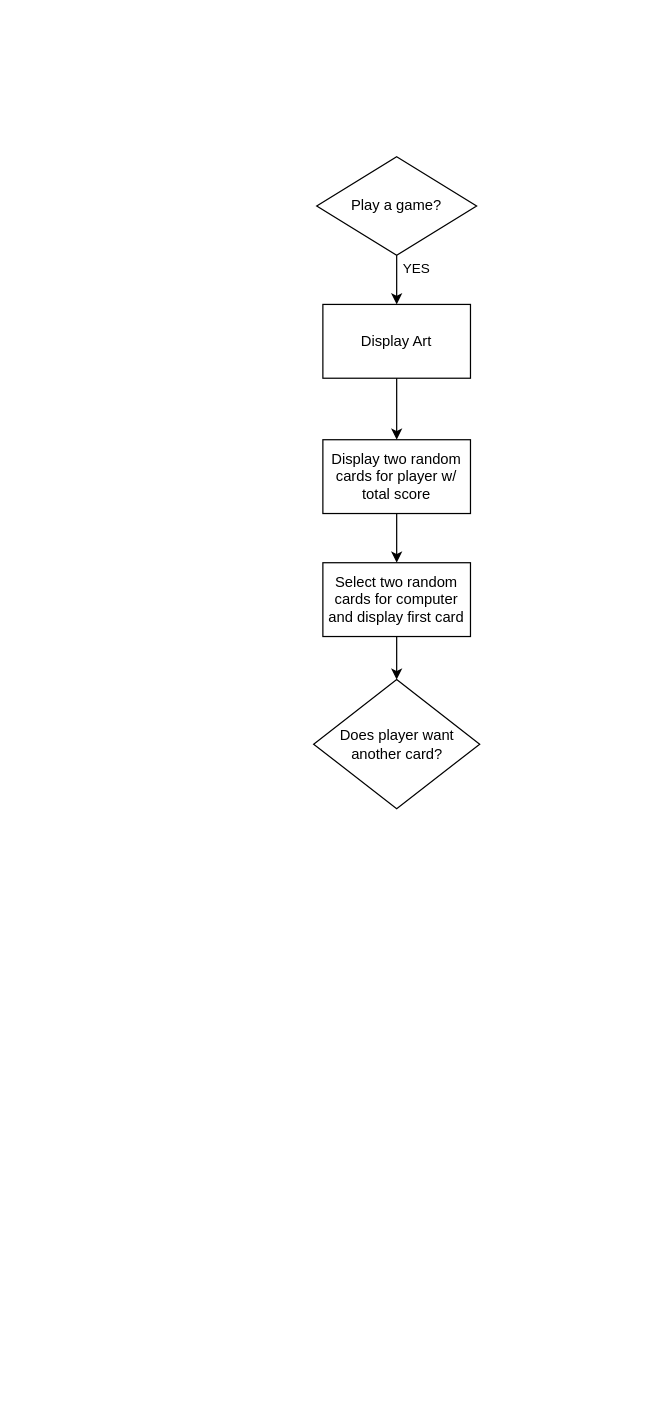
The draw.io diagram Blackjack.drawio in SteveBergGitHub/Code-Samples, before the edit. Source tidied: cells renumbered, new cells numbered last; positions are measured from the earlier drawing's top-left corner, leaving out a move shared by most shapes. Both pictures are drawn from the tidied source at 123%, with x=0, y=0 at pixel (314, 156).
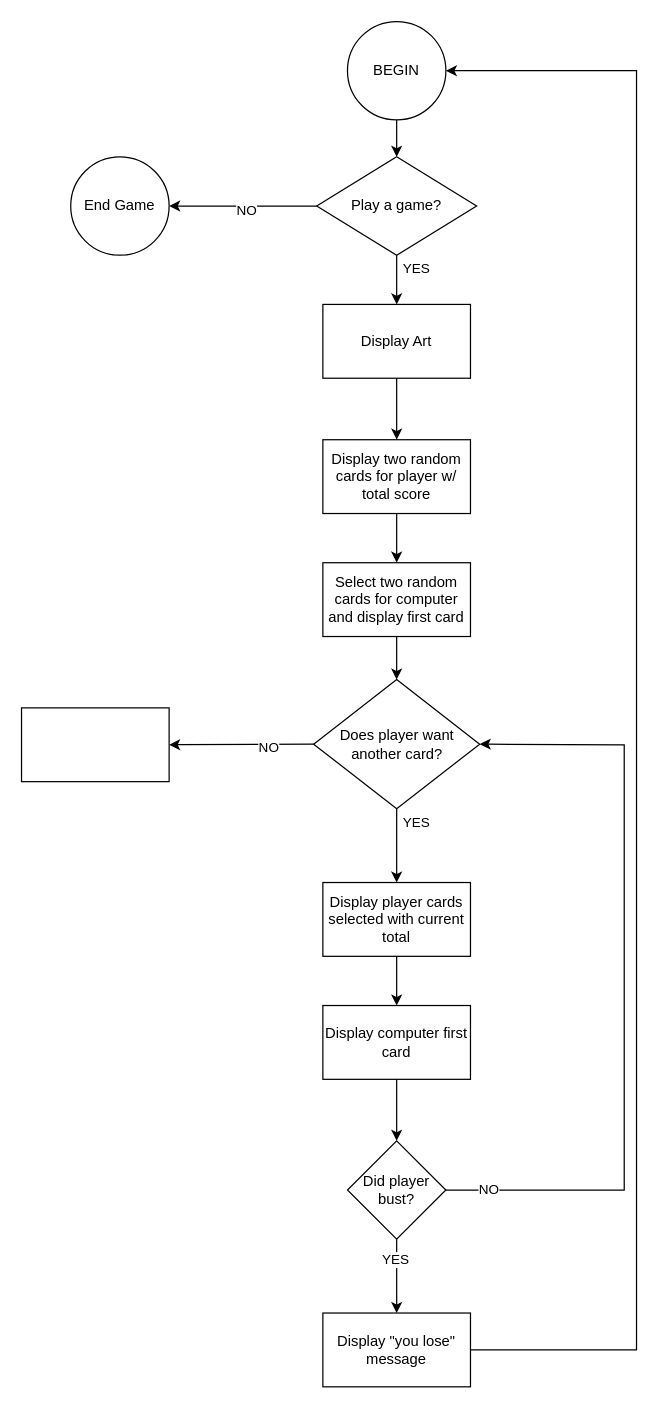
The same page after the edit.

The change refers to these unchanged cells:
```xml
<mxCell id="2" value="&lt;div&gt;Play a game?&lt;/div&gt;" style="rhombus;whiteSpace=wrap;html=1;" parent="1" vertex="1">
  <mxGeometry x="2" width="130" height="80" as="geometry" />
</mxCell>
<mxCell id="6" value="Does player want another card?" style="rhombus;whiteSpace=wrap;html=1;" parent="1" vertex="1">
  <mxGeometry x="-0.5" y="425" width="135" height="105" as="geometry" />
</mxCell>
```

Change to the diagram source:
```diff
@@
+    <mxCell id="12" style="endArrow=classic;html=1;rounded=0;exitX=0;exitY=0.5;exitDx=0;exitDy=0;entryX=1;entryY=0.5;entryDx=0;entryDy=0;" parent="1" edge="1" source="2" target="29">
+      <mxGeometry relative="1" as="geometry" />
+    </mxCell>
+    <mxCell id="13" value="NO" style="edgeLabel;html=1;align=center;verticalAlign=middle;" parent="12" vertex="1">
+      <mxGeometry x="-0.04" y="3" relative="1" as="geometry" />
+    </mxCell>
+    <mxCell id="14" value="Display player cards selected with current total" style="rounded=0;whiteSpace=wrap;html=1;" parent="1" vertex="1">
+      <mxGeometry x="7" y="590" width="120" height="60" as="geometry" />
+    </mxCell>
+    <mxCell id="15" style="endArrow=classic;html=1;rounded=0;entryX=0.5;entryY=0;entryDx=0;entryDy=0;exitX=0.5;exitY=1;exitDx=0;exitDy=0;" parent="1" edge="1" source="6" target="14">
+      <mxGeometry relative="1" as="geometry" />
+    </mxCell>
+    <mxCell id="16" value="YES" style="edgeLabel;html=1;align=center;verticalAlign=middle;" parent="15" vertex="1">
+      <mxGeometry x="-0.29" y="2" relative="1" as="geometry">
+        <mxPoint x="13" y="-11" as="offset" />
+      </mxGeometry>
+    </mxCell>
+    <mxCell id="17" value="Display computer first card" style="rounded=0;whiteSpace=wrap;html=1;" parent="1" vertex="1">
+      <mxGeometry x="7" y="690" width="120" height="60" as="geometry" />
+    </mxCell>
+    <mxCell id="18" value="Did player bust?" style="rhombus;whiteSpace=wrap;html=1;" parent="1" vertex="1">
+      <mxGeometry x="27" y="800" width="80" height="80" as="geometry" />
+    </mxCell>
+    <mxCell id="19" style="endArrow=classic;html=1;rounded=0;entryX=0.5;entryY=0;entryDx=0;entryDy=0;exitX=0.5;exitY=1;exitDx=0;exitDy=0;" parent="1" edge="1" source="14" target="17">
+      <mxGeometry relative="1" as="geometry" />
+    </mxCell>
+    <mxCell id="20" style="endArrow=classic;html=1;rounded=0;entryX=0.5;entryY=0;entryDx=0;entryDy=0;exitX=0.5;exitY=1;exitDx=0;exitDy=0;" parent="1" edge="1" source="17" target="18">
+      <mxGeometry relative="1" as="geometry" />
+    </mxCell>
+    <mxCell id="21" value="Display &quot;you lose&quot; message" style="rounded=0;whiteSpace=wrap;html=1;" parent="1" vertex="1">
+      <mxGeometry x="7" y="940" width="120" height="60" as="geometry" />
+    </mxCell>
+    <mxCell id="22" style="endArrow=classic;html=1;rounded=0;" parent="1" edge="1" source="18" target="21">
+      <mxGeometry relative="1" as="geometry" />
+    </mxCell>
+    <mxCell id="23" value="YES" style="edgeLabel;html=1;align=center;verticalAlign=middle;" parent="22" vertex="1">
+      <mxGeometry x="-0.46" y="-2" relative="1" as="geometry" />
+    </mxCell>
+    <mxCell id="24" style="endArrow=classic;html=1;rounded=0;exitX=1;exitY=0.5;exitDx=0;exitDy=0;entryX=1;entryY=0.5;entryDx=0;entryDy=0;" parent="1" edge="1" source="18" target="6">
+      <mxGeometry relative="1" as="geometry">
+        <Array as="points">
+          <mxPoint x="252" y="840" />
+          <mxPoint x="252" y="478" />
+        </Array>
+      </mxGeometry>
+    </mxCell>
+    <mxCell id="25" value="NO" style="edgeLabel;html=1;align=center;verticalAlign=middle;" parent="24" vertex="1">
+      <mxGeometry x="-0.89" y="1" relative="1" as="geometry" />
+    </mxCell>
+    <mxCell id="26" value="BEGIN" style="ellipse;whiteSpace=wrap;html=1;" parent="1" vertex="1">
+      <mxGeometry x="27" y="-110" width="80" height="80" as="geometry" />
+    </mxCell>
+    <mxCell id="27" style="endArrow=classic;html=1;rounded=0;exitX=1;exitY=0.5;exitDx=0;exitDy=0;entryX=1;entryY=0.5;entryDx=0;entryDy=0;" parent="1" edge="1" source="21" target="26">
+      <mxGeometry relative="1" as="geometry">
+        <Array as="points">
+          <mxPoint x="262" y="970" />
+          <mxPoint x="262" y="-70" />
+        </Array>
+      </mxGeometry>
+    </mxCell>
+    <mxCell id="28" style="endArrow=classic;html=1;rounded=0;exitX=0.5;exitY=1;exitDx=0;exitDy=0;entryX=0.5;entryY=0;entryDx=0;entryDy=0;" parent="1" edge="1" source="26" target="2">
+      <mxGeometry relative="1" as="geometry" />
+    </mxCell>
+    <mxCell id="29" value="End Game" style="ellipse;whiteSpace=wrap;html=1;" parent="1" vertex="1">
+      <mxGeometry x="-198" width="80" height="80" as="geometry" />
+    </mxCell>
+    <mxCell id="30" style="rounded=0;whiteSpace=wrap;html=1;" parent="1" vertex="1">
+      <mxGeometry x="-238" y="448" width="120" height="60" as="geometry" />
+    </mxCell>
+    <mxCell id="31" style="endArrow=classic;html=1;rounded=0;exitX=0;exitY=0.5;exitDx=0;exitDy=0;entryX=1;entryY=0.5;entryDx=0;entryDy=0;" parent="1" edge="1" source="6" target="30">
+      <mxGeometry relative="1" as="geometry" />
+    </mxCell>
+    <mxCell id="32" value="NO" style="edgeLabel;html=1;align=center;verticalAlign=middle;" parent="31" vertex="1">
+      <mxGeometry x="-0.37" y="2" relative="1" as="geometry" />
+    </mxCell>
```
